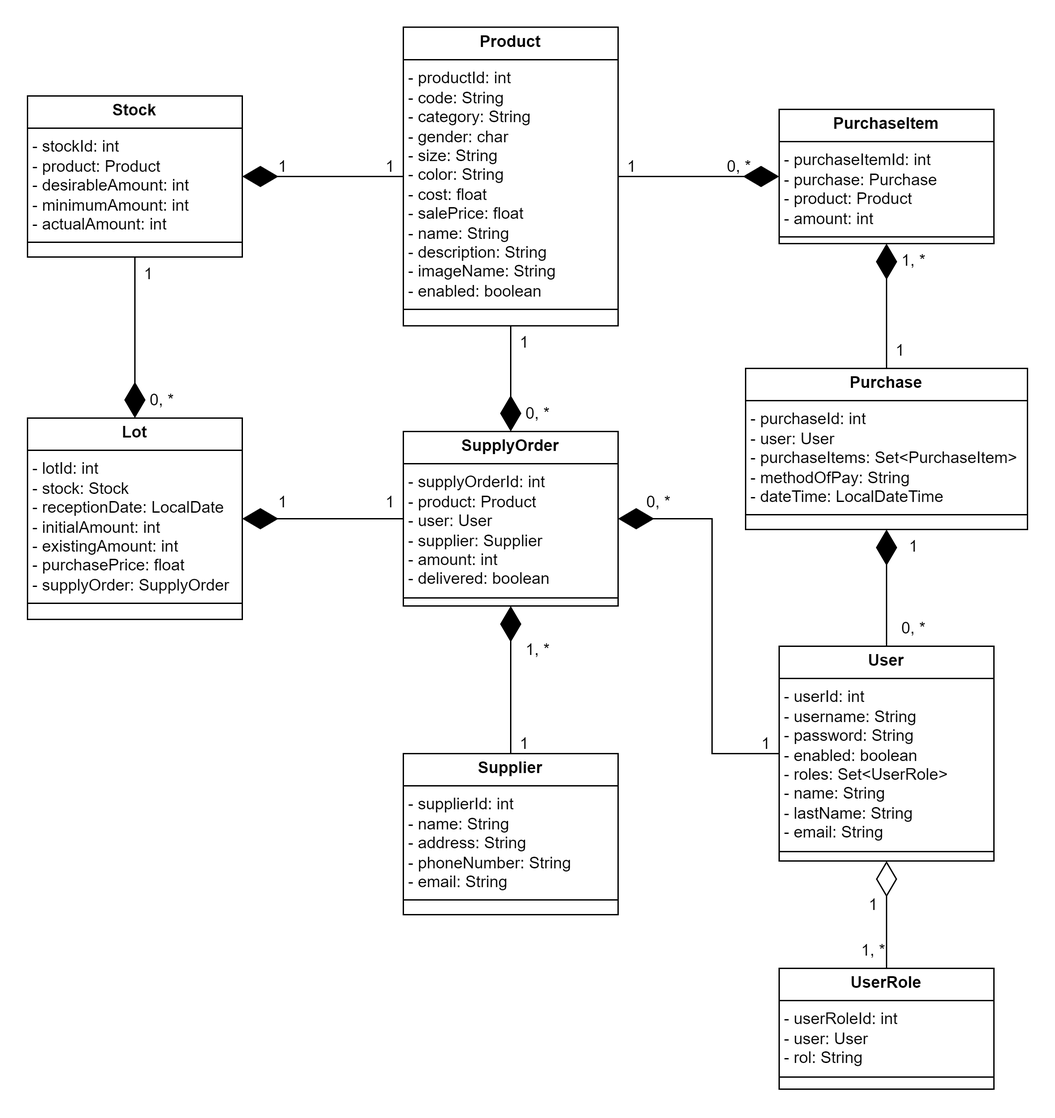
Above: Diagrama de Clases.png in MaximilianoCalahorra/CulturaJean (draw.io), before the change. Source tidied: cells renumbered, new cells last; positions are measured from the earlier drawing's top-left corner, leaving out a move shared by most shapes.
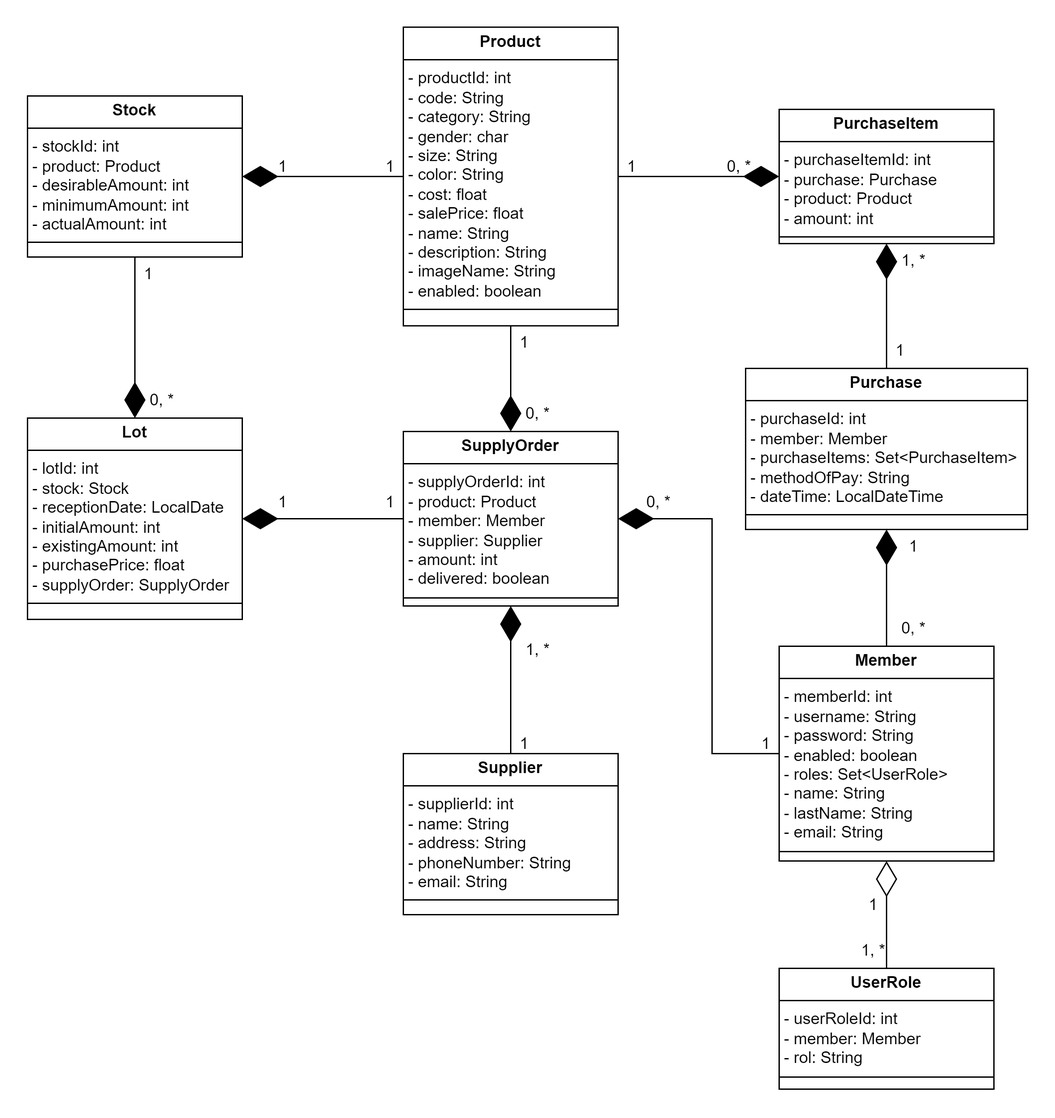
Later version of the same file.

The edit, as a diff of the source:
```diff
@@ -32,13 +32,13 @@
     <mxCell id="11" style="edgeStyle=orthogonalEdgeStyle;rounded=0;jettySize=auto;html=1;exitX=0.5;exitY=1;exitDx=0;exitDy=0;entryX=0.5;entryY=0;entryDx=0;entryDy=0;endArrow=none;endFill=0;startArrow=diamondThin;startFill=1;startSize=24;" parent="1" edge="1" source="12" target="38">
       <mxGeometry relative="1" as="geometry" />
     </mxCell>
-    <mxCell id="12" value="&lt;p style=&quot;margin:0px;margin-top:4px;text-align:center;&quot;&gt;&lt;b&gt;SupplyOrder&lt;/b&gt;&lt;/p&gt;&lt;hr size=&quot;1&quot; style=&quot;border-style:solid;&quot;&gt;&lt;p style=&quot;margin:0px;margin-left:4px;&quot;&gt;- supplyOrderId: int&lt;/p&gt;&lt;p style=&quot;margin:0px;margin-left:4px;&quot;&gt;- product: Product&lt;/p&gt;&lt;p style=&quot;margin:0px;margin-left:4px;&quot;&gt;- user: User&lt;/p&gt;&lt;p style=&quot;margin:0px;margin-left:4px;&quot;&gt;- supplier: Supplier&lt;/p&gt;&lt;p style=&quot;margin:0px;margin-left:4px;&quot;&gt;- amount: int&lt;/p&gt;&lt;p style=&quot;margin:0px;margin-left:4px;&quot;&gt;- delivered: boolean&lt;/p&gt;&lt;hr size=&quot;1&quot; style=&quot;border-style:solid;&quot;&gt;&lt;p style=&quot;margin:0px;margin-left:4px;&quot;&gt;&lt;br&gt;&lt;/p&gt;" style="verticalAlign=top;align=left;overflow=fill;html=1;whiteSpace=wrap;" parent="1" vertex="1">
+    <mxCell id="12" value="&lt;p style=&quot;margin:0px;margin-top:4px;text-align:center;&quot;&gt;&lt;b&gt;SupplyOrder&lt;/b&gt;&lt;/p&gt;&lt;hr size=&quot;1&quot; style=&quot;border-style:solid;&quot;&gt;&lt;p style=&quot;margin:0px;margin-left:4px;&quot;&gt;- supplyOrderId: int&lt;/p&gt;&lt;p style=&quot;margin:0px;margin-left:4px;&quot;&gt;- product: Product&lt;/p&gt;&lt;p style=&quot;margin:0px;margin-left:4px;&quot;&gt;- member: Member&lt;/p&gt;&lt;p style=&quot;margin:0px;margin-left:4px;&quot;&gt;- supplier: Supplier&lt;/p&gt;&lt;p style=&quot;margin:0px;margin-left:4px;&quot;&gt;- amount: int&lt;/p&gt;&lt;p style=&quot;margin:0px;margin-left:4px;&quot;&gt;- delivered: boolean&lt;/p&gt;&lt;hr size=&quot;1&quot; style=&quot;border-style:solid;&quot;&gt;&lt;p style=&quot;margin:0px;margin-left:4px;&quot;&gt;&lt;br&gt;&lt;/p&gt;" style="verticalAlign=top;align=left;overflow=fill;html=1;whiteSpace=wrap;" parent="1" vertex="1">
       <mxGeometry x="280" y="301" width="160" height="130" as="geometry" />
     </mxCell>
     <mxCell id="13" style="edgeStyle=orthogonalEdgeStyle;rounded=0;jettySize=auto;html=1;exitX=0.5;exitY=1;exitDx=0;exitDy=0;entryX=0.5;entryY=0;entryDx=0;entryDy=0;endArrow=none;endFill=0;startArrow=diamondThin;startFill=1;startSize=24;" parent="1" edge="1" source="14" target="18">
       <mxGeometry relative="1" as="geometry" />
     </mxCell>
-    <mxCell id="14" value="&lt;p style=&quot;margin:0px;margin-top:4px;text-align:center;&quot;&gt;&lt;b&gt;Purchase&lt;/b&gt;&lt;/p&gt;&lt;hr size=&quot;1&quot; style=&quot;border-style:solid;&quot;&gt;&lt;p style=&quot;margin:0px;margin-left:4px;&quot;&gt;- purchaseId: int&lt;/p&gt;&lt;p style=&quot;margin:0px;margin-left:4px;&quot;&gt;- user: User&lt;/p&gt;&lt;p style=&quot;margin:0px;margin-left:4px;&quot;&gt;- purchaseItems: Set&amp;lt;PurchaseItem&amp;gt;&lt;/p&gt;&lt;p style=&quot;margin:0px;margin-left:4px;&quot;&gt;- methodOfPay: String&lt;/p&gt;&lt;p style=&quot;margin:0px;margin-left:4px;&quot;&gt;- dateTime: LocalDateTime&lt;/p&gt;&lt;hr size=&quot;1&quot; style=&quot;border-style:solid;&quot;&gt;&lt;p style=&quot;margin:0px;margin-left:4px;&quot;&gt;&lt;br&gt;&lt;/p&gt;" style="verticalAlign=top;align=left;overflow=fill;html=1;whiteSpace=wrap;" parent="1" vertex="1">
+    <mxCell id="14" value="&lt;p style=&quot;margin:0px;margin-top:4px;text-align:center;&quot;&gt;&lt;b&gt;Purchase&lt;/b&gt;&lt;/p&gt;&lt;hr size=&quot;1&quot; style=&quot;border-style:solid;&quot;&gt;&lt;p style=&quot;margin:0px;margin-left:4px;&quot;&gt;- purchaseId: int&lt;/p&gt;&lt;p style=&quot;margin:0px;margin-left:4px;&quot;&gt;- member: Member&lt;/p&gt;&lt;p style=&quot;margin:0px;margin-left:4px;&quot;&gt;- purchaseItems: Set&amp;lt;PurchaseItem&amp;gt;&lt;/p&gt;&lt;p style=&quot;margin:0px;margin-left:4px;&quot;&gt;- methodOfPay: String&lt;/p&gt;&lt;p style=&quot;margin:0px;margin-left:4px;&quot;&gt;- dateTime: LocalDateTime&lt;/p&gt;&lt;hr size=&quot;1&quot; style=&quot;border-style:solid;&quot;&gt;&lt;p style=&quot;margin:0px;margin-left:4px;&quot;&gt;&lt;br&gt;&lt;/p&gt;" style="verticalAlign=top;align=left;overflow=fill;html=1;whiteSpace=wrap;" parent="1" vertex="1">
       <mxGeometry x="535" y="254" width="210" height="120" as="geometry" />
     </mxCell>
     <mxCell id="15" style="edgeStyle=orthogonalEdgeStyle;rounded=0;jettySize=auto;html=1;exitX=0.5;exitY=1;exitDx=0;exitDy=0;entryX=0.5;entryY=0;entryDx=0;entryDy=0;startSize=24;endArrow=none;endFill=0;startArrow=diamondThin;startFill=1;" parent="1" edge="1" source="16" target="14">
@@ -50,10 +50,10 @@
     <mxCell id="17" style="edgeStyle=orthogonalEdgeStyle;rounded=0;jettySize=auto;html=1;exitX=0.5;exitY=1;exitDx=0;exitDy=0;entryX=0.5;entryY=0;entryDx=0;entryDy=0;endArrow=none;endFill=0;startArrow=diamondThin;startFill=0;startSize=24;" parent="1" edge="1" source="18" target="19">
       <mxGeometry relative="1" as="geometry" />
     </mxCell>
-    <mxCell id="18" value="&lt;p style=&quot;margin:0px;margin-top:4px;text-align:center;&quot;&gt;&lt;b&gt;User&lt;/b&gt;&lt;/p&gt;&lt;hr size=&quot;1&quot; style=&quot;border-style:solid;&quot;&gt;&lt;p style=&quot;margin:0px;margin-left:4px;&quot;&gt;- userId: int&lt;/p&gt;&lt;p style=&quot;margin:0px;margin-left:4px;&quot;&gt;- username: String&lt;/p&gt;&lt;p style=&quot;margin:0px;margin-left:4px;&quot;&gt;- password: String&lt;/p&gt;&lt;p style=&quot;margin:0px;margin-left:4px;&quot;&gt;- enabled: boolean&lt;/p&gt;&lt;p style=&quot;margin:0px;margin-left:4px;&quot;&gt;- roles: Set&amp;lt;UserRole&amp;gt;&lt;/p&gt;&lt;p style=&quot;margin:0px;margin-left:4px;&quot;&gt;- name: String&lt;/p&gt;&lt;p style=&quot;margin:0px;margin-left:4px;&quot;&gt;- lastName: String&lt;/p&gt;&lt;p style=&quot;margin:0px;margin-left:4px;&quot;&gt;- email: String&lt;/p&gt;&lt;hr size=&quot;1&quot; style=&quot;border-style:solid;&quot;&gt;&lt;p style=&quot;margin:0px;margin-left:4px;&quot;&gt;&lt;br&gt;&lt;/p&gt;" style="verticalAlign=top;align=left;overflow=fill;html=1;whiteSpace=wrap;" parent="1" vertex="1">
+    <mxCell id="18" value="&lt;p style=&quot;margin:0px;margin-top:4px;text-align:center;&quot;&gt;&lt;b&gt;Member&lt;/b&gt;&lt;/p&gt;&lt;hr size=&quot;1&quot; style=&quot;border-style:solid;&quot;&gt;&lt;p style=&quot;margin:0px;margin-left:4px;&quot;&gt;- memberId: int&lt;/p&gt;&lt;p style=&quot;margin:0px;margin-left:4px;&quot;&gt;- username: String&lt;/p&gt;&lt;p style=&quot;margin:0px;margin-left:4px;&quot;&gt;- password: String&lt;/p&gt;&lt;p style=&quot;margin:0px;margin-left:4px;&quot;&gt;- enabled: boolean&lt;/p&gt;&lt;p style=&quot;margin:0px;margin-left:4px;&quot;&gt;- roles: Set&amp;lt;UserRole&amp;gt;&lt;/p&gt;&lt;p style=&quot;margin:0px;margin-left:4px;&quot;&gt;- name: String&lt;/p&gt;&lt;p style=&quot;margin:0px;margin-left:4px;&quot;&gt;- lastName: String&lt;/p&gt;&lt;p style=&quot;margin:0px;margin-left:4px;&quot;&gt;- email: String&lt;/p&gt;&lt;hr size=&quot;1&quot; style=&quot;border-style:solid;&quot;&gt;&lt;p style=&quot;margin:0px;margin-left:4px;&quot;&gt;&lt;br&gt;&lt;/p&gt;" style="verticalAlign=top;align=left;overflow=fill;html=1;whiteSpace=wrap;" parent="1" vertex="1">
       <mxGeometry x="560" y="461" width="160" height="160" as="geometry" />
     </mxCell>
-    <mxCell id="19" value="&lt;p style=&quot;margin:0px;margin-top:4px;text-align:center;&quot;&gt;&lt;b&gt;UserRole&lt;/b&gt;&lt;/p&gt;&lt;hr size=&quot;1&quot; style=&quot;border-style:solid;&quot;&gt;&lt;p style=&quot;margin:0px;margin-left:4px;&quot;&gt;- userRoleId: int&lt;/p&gt;&lt;p style=&quot;margin:0px;margin-left:4px;&quot;&gt;- user: User&lt;/p&gt;&lt;p style=&quot;margin:0px;margin-left:4px;&quot;&gt;- rol: String&lt;/p&gt;&lt;hr size=&quot;1&quot; style=&quot;border-style:solid;&quot;&gt;&lt;p style=&quot;margin:0px;margin-left:4px;&quot;&gt;&lt;br&gt;&lt;/p&gt;" style="verticalAlign=top;align=left;overflow=fill;html=1;whiteSpace=wrap;" parent="1" vertex="1">
+    <mxCell id="19" value="&lt;p style=&quot;margin:0px;margin-top:4px;text-align:center;&quot;&gt;&lt;b&gt;UserRole&lt;/b&gt;&lt;/p&gt;&lt;hr size=&quot;1&quot; style=&quot;border-style:solid;&quot;&gt;&lt;p style=&quot;margin:0px;margin-left:4px;&quot;&gt;- userRoleId: int&lt;/p&gt;&lt;p style=&quot;margin:0px;margin-left:4px;&quot;&gt;- member: Member&lt;/p&gt;&lt;p style=&quot;margin:0px;margin-left:4px;&quot;&gt;- rol: String&lt;/p&gt;&lt;hr size=&quot;1&quot; style=&quot;border-style:solid;&quot;&gt;&lt;p style=&quot;margin:0px;margin-left:4px;&quot;&gt;&lt;br&gt;&lt;/p&gt;" style="verticalAlign=top;align=left;overflow=fill;html=1;whiteSpace=wrap;" parent="1" vertex="1">
       <mxGeometry x="560" y="701" width="160" height="90" as="geometry" />
     </mxCell>
     <mxCell id="20" value="&lt;span style=&quot;font-weight: normal;&quot;&gt;1&lt;/span&gt;" style="text;align=center;fontStyle=1;verticalAlign=middle;spacingLeft=3;spacingRight=3;strokeColor=none;html=1;" parent="1" vertex="1">
```
